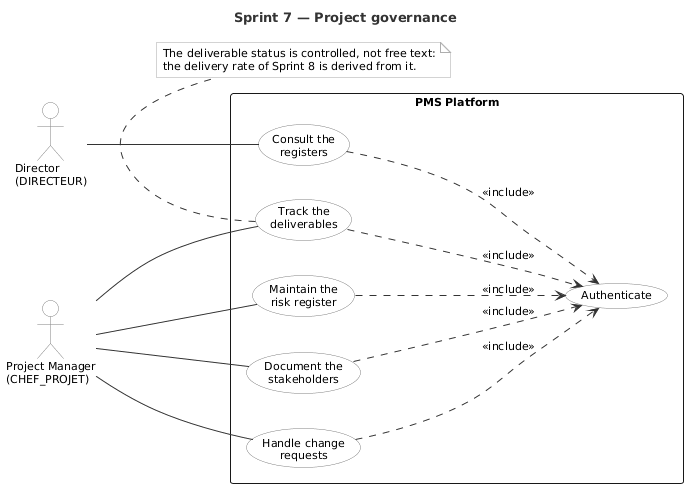
mazenrakrouki/tekup-pms-platform keeps this PlantUML diagram as docs/uml/sprint/uc_sprint7.png. Above is the earlier version.
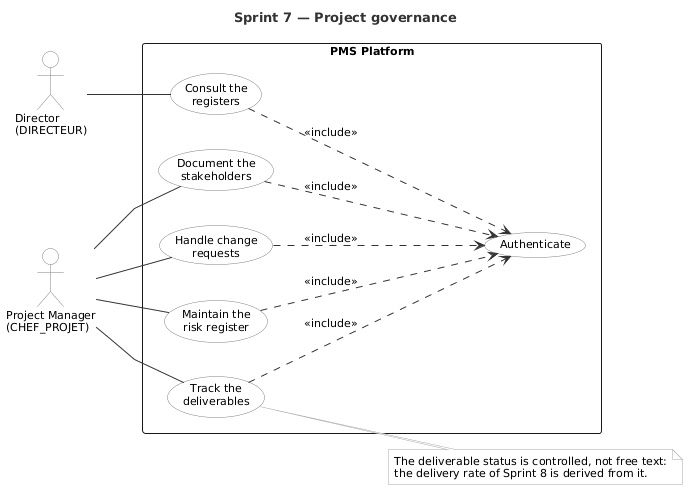
Above is the later version.

What changed in the source:
```diff
@@ -2,6 +2,8 @@
 title Sprint 7 — Project governance
 
 left to right direction
+
+skinparam linetype polyline
 
 skinparam shadowing false
 skinparam packageStyle rectangle
@@ -40,7 +42,7 @@
 UC4 ..> UC0 : <<include>>
 UC5 ..> UC0 : <<include>>
 
-note bottom of UC2
+note right of UC2
   The deliverable status is controlled, not free text:
   the delivery rate of Sprint 8 is derived from it.
 end note
```
